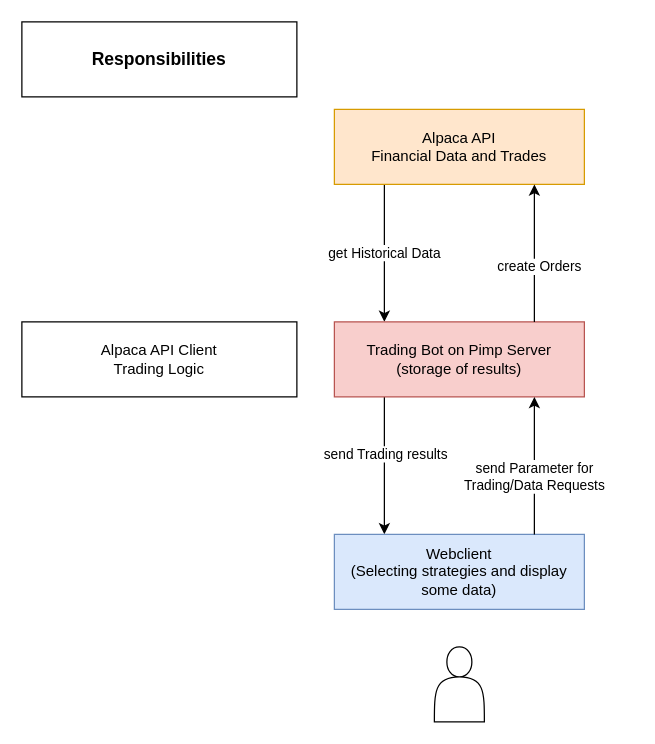
This is page "Architecture" (1 of 2) of Architecture.drawio from naegerob/TradingBot, a draw.io file, before an edit. Source tidied: cells renumbered, new cells numbered last; positions are measured from the earlier drawing's top-left corner, leaving out a move shared by most shapes. Both pictures are drawn from the tidied source at 125%, with x=0, y=0 at pixel (21, 21).
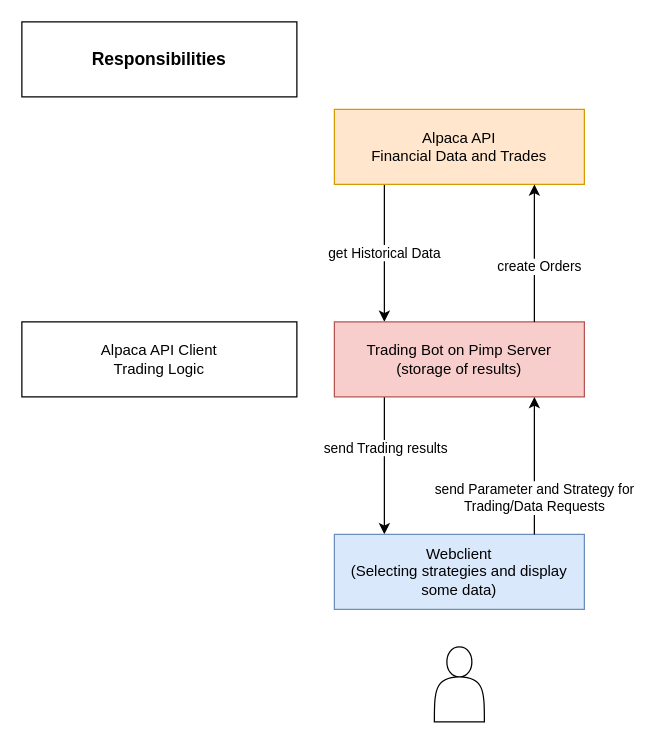
Above is the later version.

Unchanged cells that the change refers to:
```xml
<mxCell id="4" style="edgeStyle=orthogonalEdgeStyle;rounded=0;jettySize=auto;html=1;" parent="1" edge="1" source="6" target="7">
  <mxGeometry relative="1" as="geometry">
    <Array as="points">
      <mxPoint x="290" y="370" />
      <mxPoint x="290" y="370" />
    </Array>
  </mxGeometry>
</mxCell>
<mxCell id="11" style="edgeStyle=orthogonalEdgeStyle;rounded=0;orthogonalLoop=1;jettySize=auto;html=1;endArrow=none;endFill=0;startArrow=classic;startFill=1;" parent="1" edge="1">
  <mxGeometry relative="1" as="geometry">
    <mxPoint x="410" y="300" as="sourcePoint" />
    <mxPoint x="410" y="410" as="targetPoint" />
    <Array as="points">
      <mxPoint x="410" y="370" />
      <mxPoint x="410" y="370" />
    </Array>
  </mxGeometry>
</mxCell>
```

What changed in the source:
```diff
@@
     <mxCell id="5" value="send Trading results" style="edgeLabel;html=1;align=center;verticalAlign=middle;" parent="4" vertex="1">
-      <mxGeometry x="-0.18" relative="1" as="geometry" />
+      <mxGeometry x="-0.18" relative="1" as="geometry">
+        <mxPoint y="-5" as="offset" />
+      </mxGeometry>
     </mxCell>
@@
-    <mxCell id="12" value="send Parameter for&lt;br&gt;Trading/Data Requests" style="edgeLabel;html=1;align=center;verticalAlign=middle;" parent="11" vertex="1">
-      <mxGeometry x="0.14" y="-1" relative="1" as="geometry" />
+    <mxCell id="12" value="send Parameter and Strategy for&lt;br&gt;Trading/Data Requests" style="edgeLabel;html=1;align=center;verticalAlign=middle;" parent="11" vertex="1">
+      <mxGeometry x="0.14" y="-1" relative="1" as="geometry">
+        <mxPoint y="17" as="offset" />
+      </mxGeometry>
     </mxCell>
```
